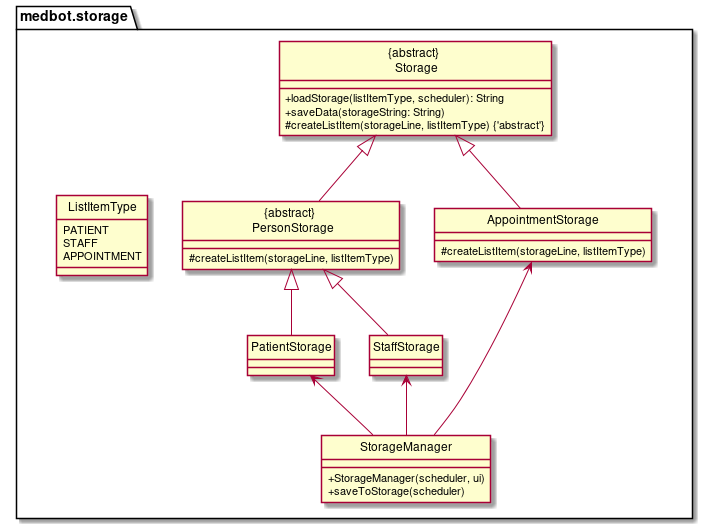
nus-cs2113-AY2122S1/tp keeps this PlantUML diagram as docs/diagrams/StorageClassDiagram.png. Above is the earlier version.
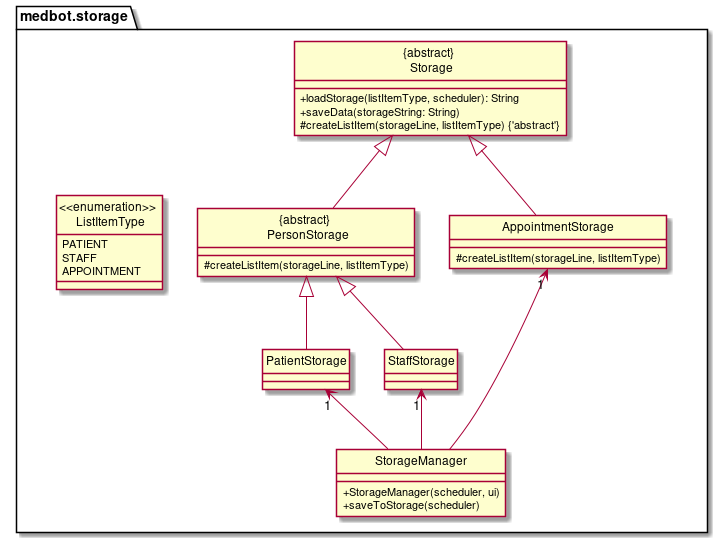
After the commit.

Commit message:
Fix storage class diagram multiplicities and enum

Diff of the diagram source:
```diff
@@ -29,9 +29,9 @@
 class StaffStorage
 
 
-PatientStorage <-- StorageManager
-StaffStorage <-- StorageManager
-AppointmentStorage <-- StorageManager
+StorageManager --> "1" AppointmentStorage
+PatientStorage "1"<-- StorageManager
+StaffStorage "1"<-- StorageManager
 
 "{abstract} \n Storage" <|-- AppointmentStorage
 "{abstract} \n Storage" <|-- "{abstract} \n PersonStorage"
@@ -39,7 +39,7 @@
 "{abstract} \n PersonStorage" <|-- StaffStorage
 
 
-enum ListItemType {
+enum "<<enumeration>> \n ListItemType"{
 PATIENT
 STAFF
 APPOINTMENT
```
